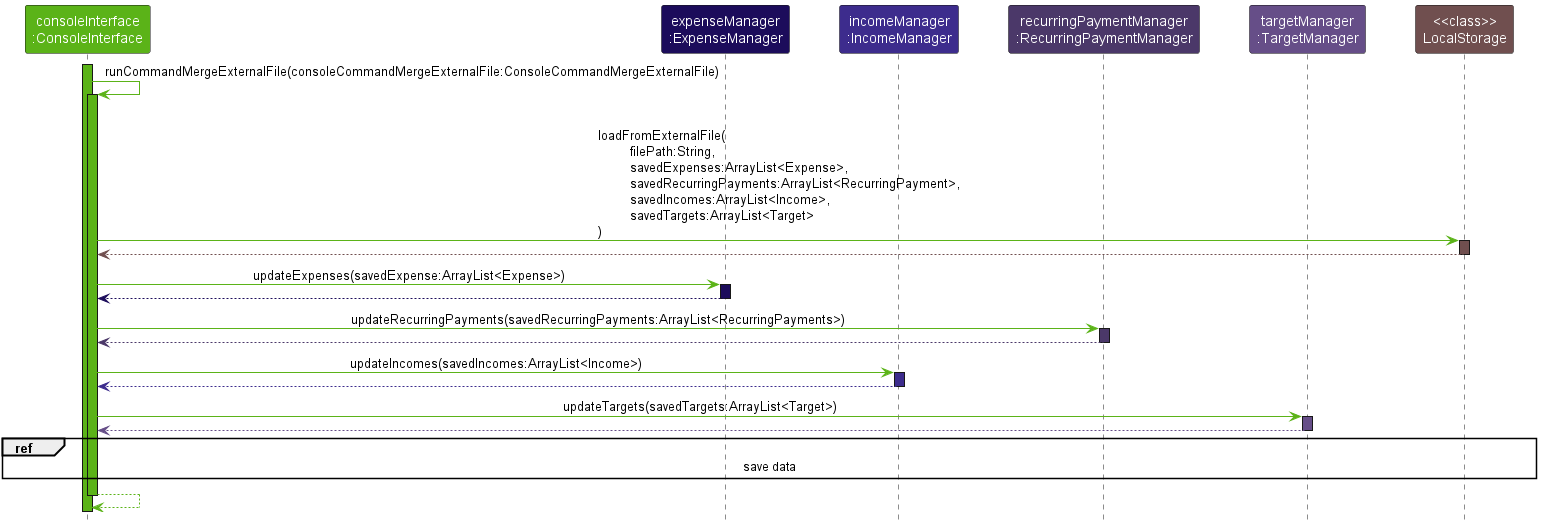
Earlier version of the PlantUML export docs/images/ImplementationSDLoadExternalData.png (nus-cs2113-AY2223S1/tp). Its diagram source:
```plantuml
@startuml
!include https://raw.githubusercontent.com/xzynos/tp/branch-Webpage/docs/diagrams/Styles.puml

skinparam noteTextAlignment left

Participant "consoleInterface\n:ConsoleInterface" as consoleInterface USER_INTERFACE_COLOR_1
Participant "expenseManager\n:ExpenseManager" as expenseManager DATA_COLOR_1
Participant "incomeManager\n:IncomeManager" as incomeManager DATA_COLOR_2
Participant "recurringPaymentManager\n:RecurringPaymentManager" as recurringPaymentManager DATA_COLOR_3
Participant "targetManager\n:TargetManager" as targetManager DATA_COLOR_4

Participant "<<class>>\nLocalStorage" as LocalStorage STORAGE_COLOR_1

activate consoleInterface USER_INTERFACE_COLOR_1

consoleInterface -[USER_INTERFACE_COLOR_1]> consoleInterface : runCommandMergeExternalFile(consoleCommandMergeExternalFile:ConsoleCommandMergeExternalFile)
activate consoleInterface USER_INTERFACE_COLOR_1

consoleInterface -[USER_INTERFACE_COLOR_1]> LocalStorage : \lloadFromExternalFile(\n\tfilePath:String,\n\tsavedExpenses:ArrayList<Expense>,\n\tsavedRecurringPayments:ArrayList<RecurringPayment>,\n\tsavedIncomes:ArrayList<Income>,\n\tsavedTargets:ArrayList<Target>\n)
activate LocalStorage STORAGE_COLOR_1

LocalStorage --[STORAGE_COLOR_1]> consoleInterface
deactivate LocalStorage

consoleInterface -[USER_INTERFACE_COLOR_1]> expenseManager : updateExpenses(savedExpense:ArrayList<Expense>)
activate expenseManager DATA_COLOR_1

expenseManager --[DATA_COLOR_1]> consoleInterface
deactivate expenseManager


consoleInterface -[USER_INTERFACE_COLOR_1]> recurringPaymentManager : updateRecurringPayments(savedRecurringPayments:ArrayList<RecurringPayments>)
activate recurringPaymentManager DATA_COLOR_3

recurringPaymentManager --[DATA_COLOR_3]> consoleInterface
deactivate recurringPaymentManager

consoleInterface -[USER_INTERFACE_COLOR_1]> incomeManager : updateIncomes(savedIncomes:ArrayList<Income>)
activate incomeManager DATA_COLOR_2

incomeManager --[DATA_COLOR_2]> consoleInterface
deactivate incomeManager

consoleInterface -[USER_INTERFACE_COLOR_1]> targetManager : updateTargets(savedTargets:ArrayList<Target>)
activate targetManager DATA_COLOR_4

targetManager --[DATA_COLOR_4]> consoleInterface
deactivate targetManager

    ref over consoleInterface, LocalStorage
        save data
    end ref
    consoleInterface --[USER_INTERFACE_COLOR_1]> consoleInterface


deactivate consoleInterface
@enduml
```
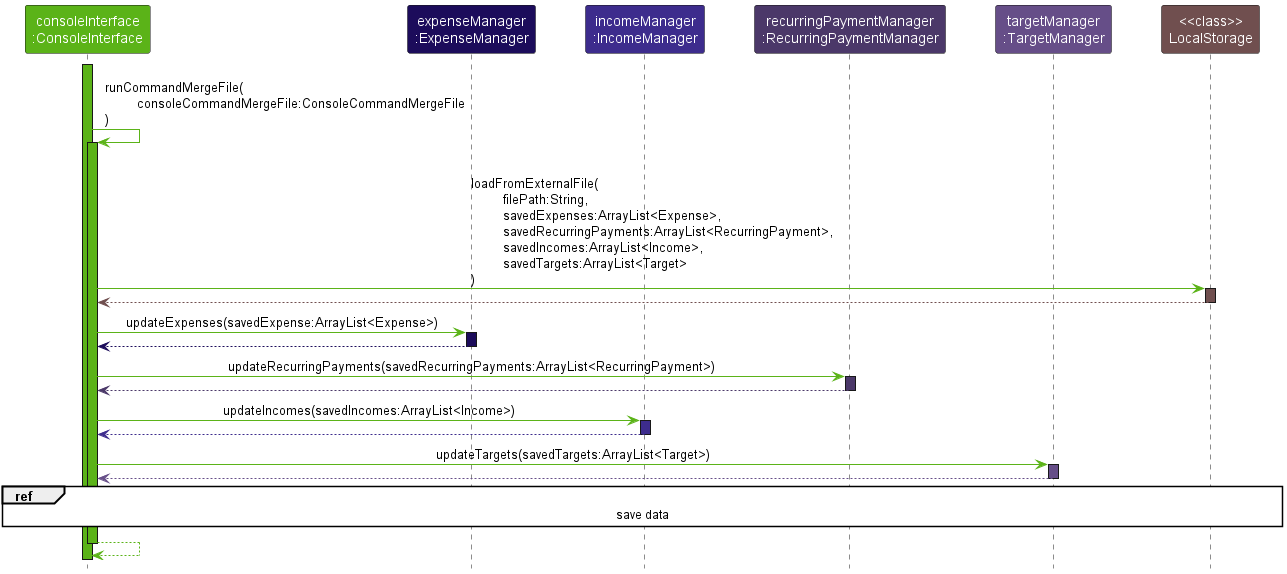
The same file after the commit.

What changed in the source:
```diff
@@ -1,7 +1,7 @@
 @startuml
 !include https://raw.githubusercontent.com/xzynos/tp/branch-Webpage/docs/diagrams/Styles.puml
 
-skinparam noteTextAlignment left
+skinparam sequenceReferenceBackgroundColor #ffffff
 
 Participant "consoleInterface\n:ConsoleInterface" as consoleInterface USER_INTERFACE_COLOR_1
 Participant "expenseManager\n:ExpenseManager" as expenseManager DATA_COLOR_1
@@ -13,7 +13,7 @@
 
 activate consoleInterface USER_INTERFACE_COLOR_1
 
-consoleInterface -[USER_INTERFACE_COLOR_1]> consoleInterface : runCommandMergeExternalFile(consoleCommandMergeExternalFile:ConsoleCommandMergeExternalFile)
+consoleInterface -[USER_INTERFACE_COLOR_1]> consoleInterface : \lrunCommandMergeFile(\n\tconsoleCommandMergeFile:ConsoleCommandMergeFile\n)
 activate consoleInterface USER_INTERFACE_COLOR_1
 
 consoleInterface -[USER_INTERFACE_COLOR_1]> LocalStorage : \lloadFromExternalFile(\n\tfilePath:String,\n\tsavedExpenses:ArrayList<Expense>,\n\tsavedRecurringPayments:ArrayList<RecurringPayment>,\n\tsavedIncomes:ArrayList<Income>,\n\tsavedTargets:ArrayList<Target>\n)
@@ -28,8 +28,7 @@
 expenseManager --[DATA_COLOR_1]> consoleInterface
 deactivate expenseManager
 
-
-consoleInterface -[USER_INTERFACE_COLOR_1]> recurringPaymentManager : updateRecurringPayments(savedRecurringPayments:ArrayList<RecurringPayments>)
+consoleInterface -[USER_INTERFACE_COLOR_1]> recurringPaymentManager : updateRecurringPayments(savedRecurringPayments:ArrayList<RecurringPayment>)
 activate recurringPaymentManager DATA_COLOR_3
 
 recurringPaymentManager --[DATA_COLOR_3]> consoleInterface
```
